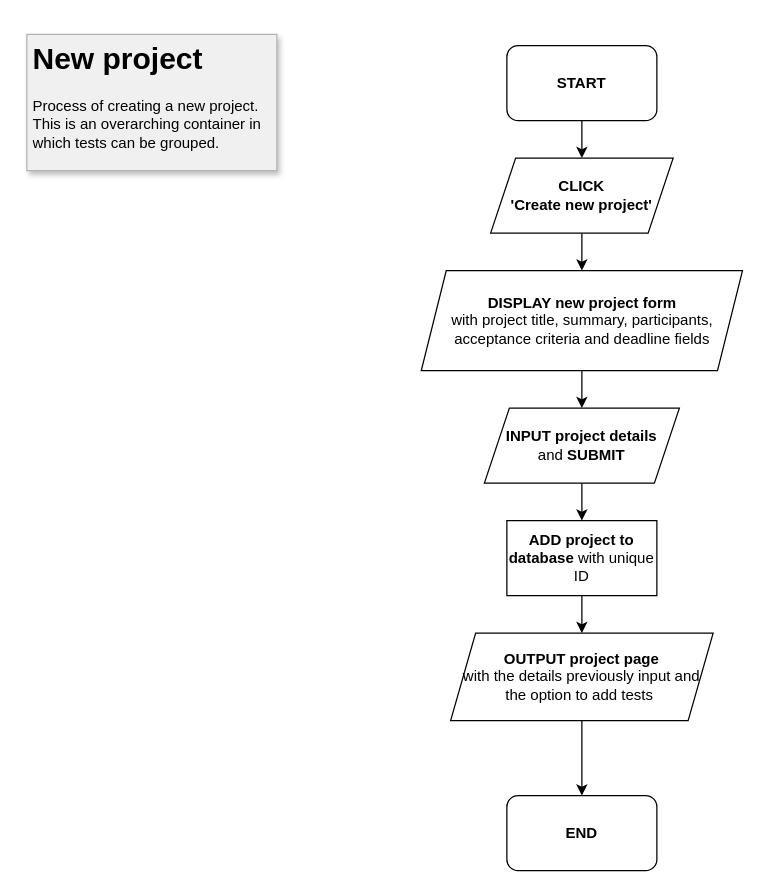
The draw.io diagram page "Create new project" (3 of 4) of documentation/ModuleDiagrams.drawio in whitneydr/Unit-Testing-System, before the edit. Source tidied: cells renumbered, new cells numbered last; positions are measured from the earlier drawing's top-left corner, leaving out a move shared by most shapes. Both pictures are drawn from the tidied source at 125%, with x=0, y=0 at pixel (26, 34).
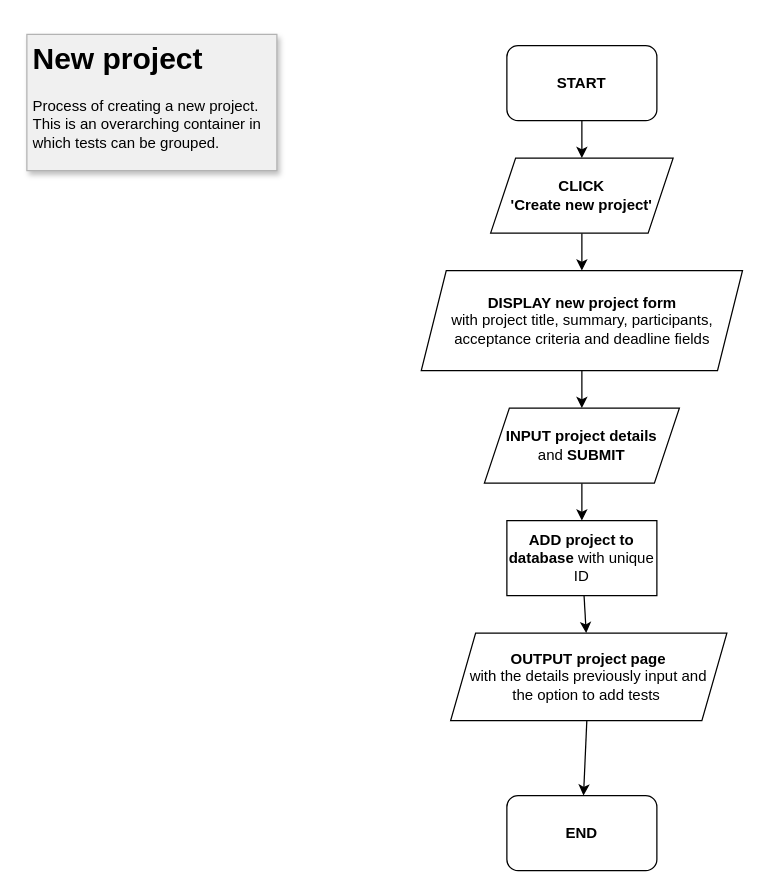
Above is the later version.

What changed in the source:
```diff
@@
 <mxGraphModel>
   <root>
     <mxCell id="0" />
     <mxCell id="1" parent="0" />
     <mxCell id="2" style="edgeStyle=none;html=1;" parent="1" edge="1" source="3" target="6">
       <mxGeometry relative="1" as="geometry" />
     </mxCell>
     <mxCell id="3" value="&lt;b&gt;START&lt;/b&gt;" style="rounded=1;whiteSpace=wrap;html=1;" parent="1" vertex="1">
       <mxGeometry x="384" y="9" width="120" height="60" as="geometry" />
     </mxCell>
     <mxCell id="4" value="&lt;h1&gt;New project&lt;/h1&gt;&lt;p&gt;Process of creating a new project. This is an overarching container in which tests can be grouped.&lt;/p&gt;" style="text;html=1;strokeColor=#B3B3B3;fillColor=#F0F0F0;spacing=5;spacingTop=-20;whiteSpace=wrap;overflow=hidden;rounded=0;shadow=1;" parent="1" vertex="1">
       <mxGeometry width="200" height="109" as="geometry" />
     </mxCell>
     <mxCell id="5" style="edgeStyle=none;html=1;" parent="1" edge="1" source="6" target="8">
       <mxGeometry relative="1" as="geometry" />
     </mxCell>
     <mxCell id="6" value="&lt;b&gt;CLICK&lt;br&gt;'Create new project'&lt;/b&gt;" style="shape=parallelogram;perimeter=parallelogramPerimeter;whiteSpace=wrap;html=1;fixedSize=1;rounded=0;" parent="1" vertex="1">
       <mxGeometry x="371" y="99" width="146" height="60" as="geometry" />
     </mxCell>
     <mxCell id="7" style="edgeStyle=none;html=1;" parent="1" edge="1" source="8" target="10">
       <mxGeometry relative="1" as="geometry" />
     </mxCell>
     <mxCell id="8" value="&lt;b&gt;DISPLAY new project form&lt;br&gt;&lt;/b&gt;with project title, summary, participants, acceptance criteria and deadline fields" style="shape=parallelogram;perimeter=parallelogramPerimeter;whiteSpace=wrap;html=1;fixedSize=1;rounded=0;" parent="1" vertex="1">
       <mxGeometry x="315.5" y="189" width="257" height="80" as="geometry" />
     </mxCell>
     <mxCell id="9" style="edgeStyle=none;html=1;" parent="1" edge="1" source="10" target="12">
       <mxGeometry relative="1" as="geometry" />
     </mxCell>
     <mxCell id="10" value="&lt;b&gt;INPUT project details &lt;br&gt;&lt;/b&gt;and&lt;b&gt; SUBMIT&lt;/b&gt;" style="shape=parallelogram;perimeter=parallelogramPerimeter;whiteSpace=wrap;html=1;fixedSize=1;rounded=0;" parent="1" vertex="1">
       <mxGeometry x="366" y="299" width="156" height="60" as="geometry" />
     </mxCell>
     <mxCell id="11" style="edgeStyle=none;html=1;" parent="1" edge="1" source="12" target="14">
       <mxGeometry relative="1" as="geometry" />
     </mxCell>
     <mxCell id="12" value="&lt;b&gt;ADD project to database&lt;/b&gt; with unique ID" style="whiteSpace=wrap;html=1;rounded=0;" parent="1" vertex="1">
       <mxGeometry x="384" y="389" width="120" height="60" as="geometry" />
     </mxCell>
     <mxCell id="13" style="edgeStyle=none;html=1;" parent="1" edge="1" source="14" target="15">
       <mxGeometry relative="1" as="geometry" />
     </mxCell>
-    <mxCell id="14" value="&lt;b&gt;OUTPUT project page&lt;/b&gt; &lt;br&gt;with the details previously input and the option to add tests&amp;nbsp;" style="shape=parallelogram;perimeter=parallelogramPerimeter;whiteSpace=wrap;html=1;fixedSize=1;rounded=0;" parent="1" vertex="1">
-      <mxGeometry x="339" y="479" width="210" height="70" as="geometry" />
+    <mxCell id="14" value="&lt;b&gt;OUTPUT project page&lt;/b&gt; &lt;br&gt;with the details previously input and the option to add tests&amp;nbsp;" style="shape=parallelogram;perimeter=parallelogramPerimeter;whiteSpace=wrap;html=1;fixedSize=1;rounded=0;spacingRight=8;spacingLeft=8;" parent="1" vertex="1">
+      <mxGeometry x="339" y="479" width="221" height="70" as="geometry" />
     </mxCell>
     <mxCell id="15" value="&lt;b&gt;END&lt;/b&gt;" style="rounded=1;whiteSpace=wrap;html=1;" parent="1" vertex="1">
       <mxGeometry x="384" y="609" width="120" height="60" as="geometry" />
     </mxCell>
   </root>
 </mxGraphModel>
```
